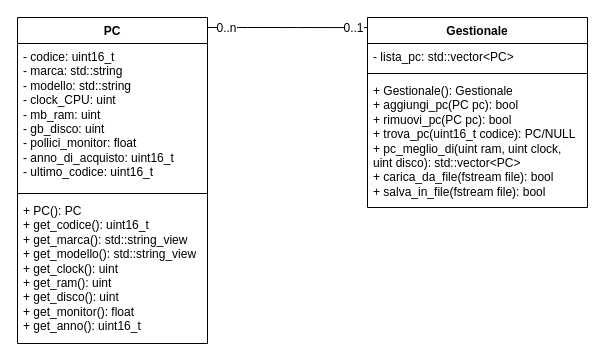
Earlier version of the draw.io diagram Gestionale_UML.drawio (gifede/UML_21_10_2026). Source tidied: cells renumbered, new cells numbered last; positions are measured from the earlier drawing's top-left corner, leaving out a move shared by most shapes. Both pictures are drawn from the tidied source at 100%, with x=0, y=0 at pixel (17, 17).
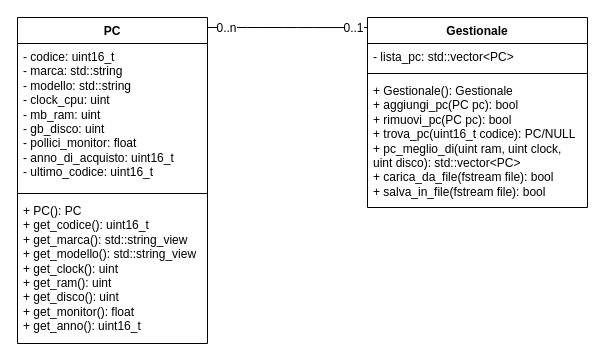
The same page after the edit.

What changed in the source:
```diff
@@
 <mxGraphModel>
   <root>
     <mxCell id="0" />
     <mxCell id="1" parent="0" />
     <mxCell id="2" value="PC" style="swimlane;fontStyle=1;align=center;verticalAlign=top;horizontal=1;startSize=26;whiteSpace=wrap;html=1;" parent="1" vertex="1">
       <mxGeometry width="190" height="326" as="geometry" />
     </mxCell>
-    <mxCell id="3" value="&lt;div&gt;- codice: uint16_t&lt;/div&gt;&lt;div&gt;- marca: std::string&lt;/div&gt;&lt;div&gt;- modello: std::string&lt;/div&gt;&lt;div&gt;- clock_CPU: uint&lt;/div&gt;&lt;div&gt;- mb_ram: uint&lt;/div&gt;&lt;div&gt;- gb_disco: uint&lt;/div&gt;&lt;div&gt;- pollici_monitor: float&lt;/div&gt;&lt;div&gt;- anno_di_acquisto: uint16_t&lt;/div&gt;&lt;div&gt;- ultimo_codice: uint16_t&lt;/div&gt;" style="text;strokeColor=none;fillColor=none;align=left;verticalAlign=top;spacingLeft=4;spacingRight=4;overflow=hidden;whiteSpace=wrap;html=1;" parent="2" vertex="1">
+    <mxCell id="3" value="&lt;div&gt;- codice: uint16_t&lt;/div&gt;&lt;div&gt;- marca: std::string&lt;/div&gt;&lt;div&gt;- modello: std::string&lt;/div&gt;&lt;div&gt;- clock_cpu: uint&lt;/div&gt;&lt;div&gt;- mb_ram: uint&lt;/div&gt;&lt;div&gt;- gb_disco: uint&lt;/div&gt;&lt;div&gt;- pollici_monitor: float&lt;/div&gt;&lt;div&gt;- anno_di_acquisto: uint16_t&lt;/div&gt;&lt;div&gt;- ultimo_codice: uint16_t&lt;/div&gt;" style="text;strokeColor=none;fillColor=none;align=left;verticalAlign=top;spacingLeft=4;spacingRight=4;overflow=hidden;whiteSpace=wrap;html=1;" parent="2" vertex="1">
       <mxGeometry y="26" width="190" height="146" as="geometry" />
     </mxCell>
     <mxCell id="4" style="line;strokeWidth=1;fillColor=none;align=left;verticalAlign=middle;spacingTop=-1;spacingLeft=3;spacingRight=3;labelPosition=right;strokeColor=inherit;" parent="2" vertex="1">
       <mxGeometry y="172" width="190" height="8" as="geometry" />
     </mxCell>
     <mxCell id="5" value="&lt;div&gt;+ PC(): PC&lt;/div&gt;&lt;div&gt;+ get_codice(): uint16_t&lt;/div&gt;&lt;div&gt;+ get_marca(): std::string_view&lt;/div&gt;&lt;div&gt;+ get_modello(): std::string_view&lt;/div&gt;&lt;div&gt;+ get_clock(): uint&lt;/div&gt;&lt;div&gt;+ get_ram(): uint&lt;/div&gt;&lt;div&gt;+ get_disco(): uint&lt;/div&gt;&lt;div&gt;+ get_monitor(): float&lt;/div&gt;&lt;div&gt;+ get_anno(): uint16_t&lt;/div&gt;" style="text;strokeColor=none;fillColor=none;align=left;verticalAlign=top;spacingLeft=4;spacingRight=4;overflow=hidden;whiteSpace=wrap;html=1;" parent="2" vertex="1">
       <mxGeometry y="180" width="190" height="146" as="geometry" />
     </mxCell>
     <mxCell id="6" value="Gestionale" style="swimlane;fontStyle=1;align=center;verticalAlign=top;horizontal=1;startSize=26;whiteSpace=wrap;html=1;" parent="1" vertex="1">
       <mxGeometry x="350" width="220" height="190" as="geometry" />
     </mxCell>
     <mxCell id="7" value="- lista_pc: std::vector&amp;lt;PC&amp;gt;" style="text;strokeColor=none;fillColor=none;align=left;verticalAlign=top;spacingLeft=4;spacingRight=4;overflow=hidden;whiteSpace=wrap;html=1;" parent="6" vertex="1">
       <mxGeometry y="26" width="220" height="26" as="geometry" />
     </mxCell>
     <mxCell id="8" style="line;strokeWidth=1;fillColor=none;align=left;verticalAlign=middle;spacingTop=-1;spacingLeft=3;spacingRight=3;labelPosition=right;strokeColor=inherit;" parent="6" vertex="1">
       <mxGeometry y="52" width="220" height="8" as="geometry" />
     </mxCell>
     <mxCell id="9" value="&lt;div&gt;+ Gestionale(): Gestionale&amp;nbsp;&lt;/div&gt;&lt;div&gt;+ aggiungi_pc(PC pc): bool&lt;/div&gt;&lt;div&gt;+ rimuovi_pc(PC pc): bool&lt;/div&gt;&lt;div&gt;+ trova_pc(uint16_t codice): PC/NULL&lt;/div&gt;&lt;div&gt;+ pc_meglio_di(uint ram, uint clock, uint disco): std::vector&amp;lt;PC&amp;gt;&lt;/div&gt;&lt;div&gt;+ carica_da_file(fstream file): bool&lt;/div&gt;&lt;div&gt;+ salva_in_file(fstream file): bool&lt;/div&gt;" style="text;strokeColor=none;fillColor=none;align=left;verticalAlign=top;spacingLeft=4;spacingRight=4;overflow=hidden;whiteSpace=wrap;html=1;" parent="6" vertex="1">
       <mxGeometry y="60" width="220" height="130" as="geometry" />
     </mxCell>
     <mxCell id="10" style="edgeStyle=none;jettySize=auto;html=1;rounded=0;fontSize=12;startSize=8;endSize=8;curved=1;entryX=0;entryY=0.053;entryDx=0;entryDy=0;entryPerimeter=0;endArrow=none;endFill=0;" parent="1" edge="1" target="6">
       <mxGeometry relative="1" as="geometry">
         <mxPoint x="190" y="10" as="sourcePoint" />
       </mxGeometry>
     </mxCell>
     <mxCell id="11" value="0..n" style="edgeLabel;html=1;align=center;verticalAlign=middle;fontSize=12;" parent="10" vertex="1">
       <mxGeometry x="-0.76" y="-2" relative="1" as="geometry">
         <mxPoint y="-2" as="offset" />
       </mxGeometry>
     </mxCell>
     <mxCell id="12" value="0..1" style="edgeLabel;html=1;align=center;verticalAlign=middle;fontSize=12;" parent="10" vertex="1">
       <mxGeometry x="0.81" y="4" relative="1" as="geometry">
         <mxPoint y="4" as="offset" />
       </mxGeometry>
     </mxCell>
   </root>
 </mxGraphModel>
```
